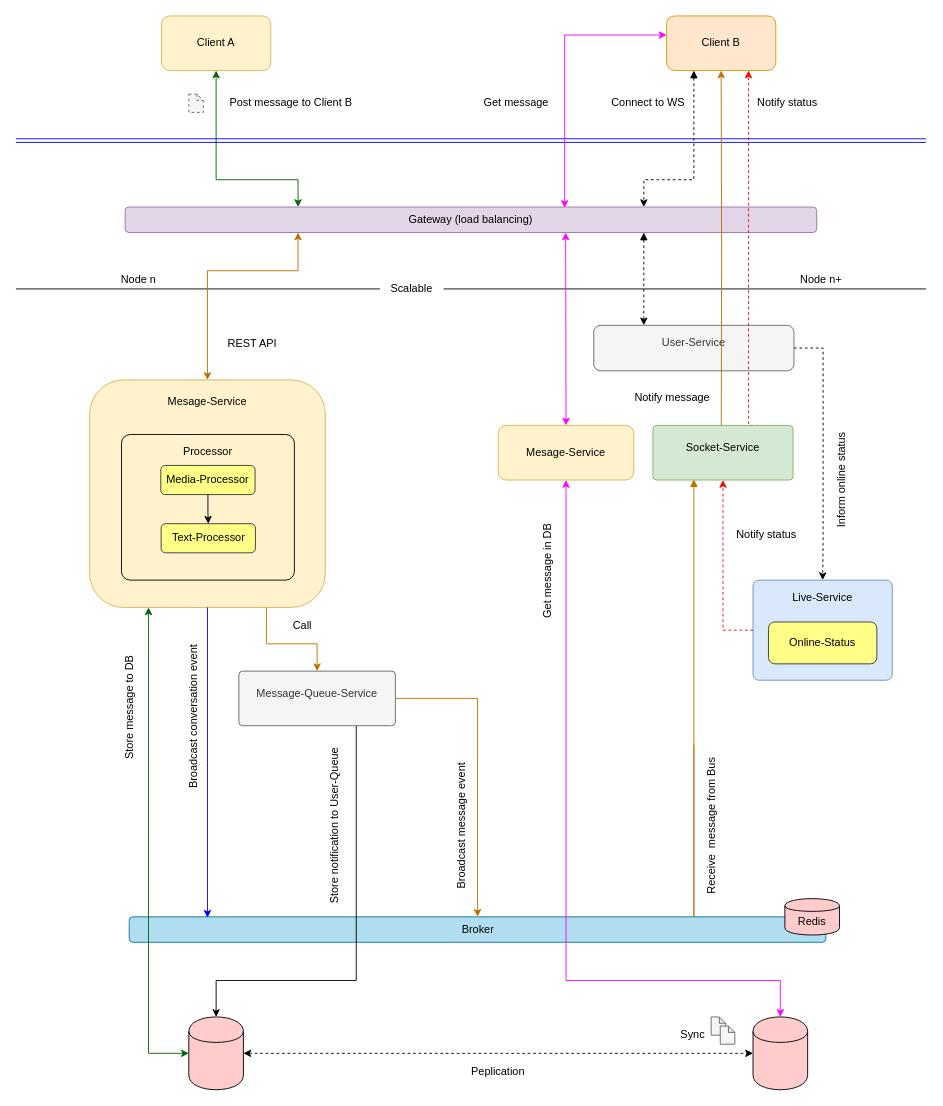
phamtuanit/myteam keeps this draw.io diagram as page "Data flow" (2 of 2) of design/Overall.drawio. Above is the earlier version. Source tidied: cells renumbered, new cells numbered last; positions are measured from the earlier drawing's top-left corner, leaving out a move shared by most shapes. Both pictures are drawn from the tidied source at 91%, with x=0, y=0 at pixel (15, 15).
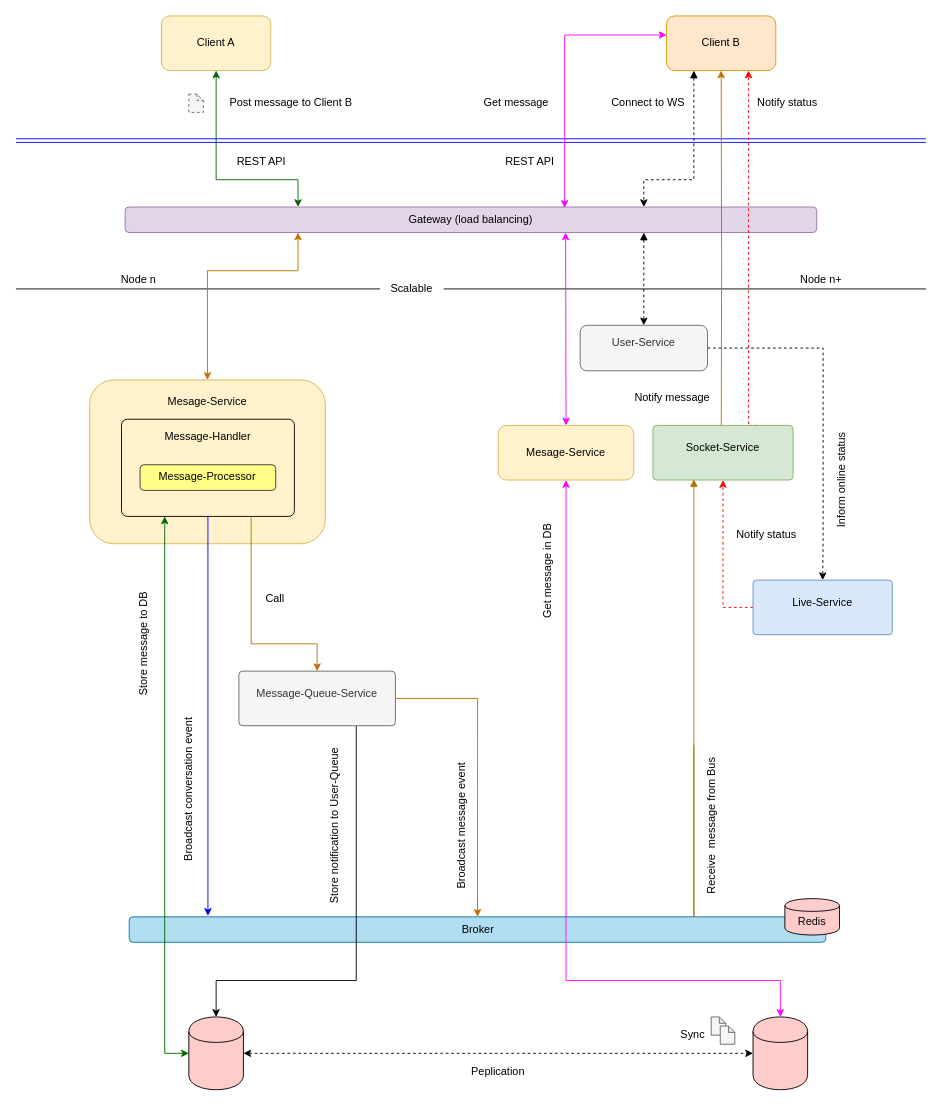
The same diagram, later.

The change refers to these unchanged cells:
```xml
<mxCell id="8" value="Gateway (load balancing)" style="rounded=1;whiteSpace=wrap;html=1;labelBackgroundColor=none;fillColor=#e1d5e7;align=center;strokeColor=#9673a6;" parent="1" vertex="1">
  <mxGeometry x="120" y="210" width="760" height="28" as="geometry" />
</mxCell>
<mxCell id="22" style="shape=cylinder;whiteSpace=wrap;html=1;boundedLbl=1;backgroundOutline=1;labelBackgroundColor=none;fillColor=#FFCCCC;align=center;" parent="1" vertex="1">
  <mxGeometry x="190" y="1100" width="60" height="80" as="geometry" />
</mxCell>
<mxCell id="46" value="Message-Queue-Service" style="rounded=1;whiteSpace=wrap;html=1;labelBackgroundColor=none;fillColor=#f5f5f5;align=center;verticalAlign=middle;spacingBottom=15;arcSize=7;spacingTop=5;strokeColor=#666666;fontColor=#333333;" parent="1" vertex="1">
  <mxGeometry x="245" y="720" width="172" height="60" as="geometry" />
</mxCell>
```

Change to the diagram source:
```diff
@@
-    <mxCell id="7" style="edgeStyle=orthogonalEdgeStyle;rounded=0;jettySize=auto;html=1;entryX=0.25;entryY=0;entryDx=0;entryDy=0;startArrow=block;startFill=1;exitX=0.75;exitY=1;exitDx=0;exitDy=0;dashed=1;" parent="1" edge="1" source="8" target="12">
+    <mxCell id="7" style="edgeStyle=orthogonalEdgeStyle;rounded=0;jettySize=auto;html=1;entryX=0.5;entryY=0;entryDx=0;entryDy=0;startArrow=block;startFill=1;exitX=0.75;exitY=1;exitDx=0;exitDy=0;dashed=1;" parent="1" edge="1" source="8" target="12">
       <mxGeometry relative="1" as="geometry" />
     </mxCell>
@@
     <mxCell id="12" value="User-Service" style="rounded=1;whiteSpace=wrap;html=1;labelBackgroundColor=none;fillColor=#f5f5f5;align=center;spacingTop=5;verticalAlign=top;strokeColor=#666666;fontColor=#333333;" parent="1" vertex="1">
-      <mxGeometry x="635" y="340" width="220" height="50" as="geometry" />
+      <mxGeometry x="620" y="340" width="140" height="50" as="geometry" />
     </mxCell>
@@
-    <mxCell id="20" style="edgeStyle=orthogonalEdgeStyle;rounded=0;jettySize=auto;html=1;startArrow=classic;startFill=1;exitX=0.25;exitY=1;exitDx=0;exitDy=0;entryX=0;entryY=0.5;entryDx=0;entryDy=0;strokeColor=#006600;" parent="1" edge="1" source="38" target="22">
-      <mxGeometry relative="1" as="geometry">
-        <Array as="points">
-          <mxPoint x="146" y="1140" />
-        </Array>
-      </mxGeometry>
-    </mxCell>
@@
     <mxCell id="25" value="REST API" style="text;html=1;strokeColor=none;fillColor=none;align=center;verticalAlign=middle;whiteSpace=wrap;rounded=0;labelBackgroundColor=none;" parent="1" vertex="1">
-      <mxGeometry x="230" y="350" width="60" height="20" as="geometry" />
+      <mxGeometry x="240" y="150" width="60" height="20" as="geometry" />
     </mxCell>
@@
     <mxCell id="33" value="Store message to DB" style="text;html=1;strokeColor=none;fillColor=none;align=center;verticalAlign=middle;whiteSpace=wrap;rounded=0;labelBackgroundColor=none;rotation=-90;" parent="1" vertex="1">
-      <mxGeometry x="60" y="750" width="130" height="20" as="geometry" />
+      <mxGeometry x="76" y="680" width="130" height="20" as="geometry" />
     </mxCell>
@@
     <mxCell id="36" value="Broadcast conversation event" style="text;html=1;strokeColor=none;fillColor=none;align=center;verticalAlign=middle;whiteSpace=wrap;rounded=0;labelBackgroundColor=none;rotation=-90;" parent="1" vertex="1">
-      <mxGeometry x="105" y="760" width="180" height="20" as="geometry" />
+      <mxGeometry x="100" y="840" width="180" height="20" as="geometry" />
     </mxCell>
-    <mxCell id="37" style="group;" parent="1" vertex="1">
-      <mxGeometry x="81" y="400" width="259" height="250" as="geometry" />
-    </mxCell>
-    <mxCell id="38" value="Mesage-Service" style="rounded=1;whiteSpace=wrap;html=1;labelBackgroundColor=none;fillColor=#fff2cc;align=center;strokeColor=#d6b656;verticalAlign=top;spacingTop=10;" parent="37" vertex="1">
-      <mxGeometry width="259" height="250" as="geometry" />
-    </mxCell>
-    <mxCell id="39" style="group;" parent="37" vertex="1">
-      <mxGeometry x="35" y="60" width="190" height="160" as="geometry" />
-    </mxCell>
-    <mxCell id="40" value="Processor" style="rounded=1;whiteSpace=wrap;html=1;labelBackgroundColor=none;fillColor=none;align=center;verticalAlign=top;spacingBottom=15;spacingLeft=0;spacingTop=5;arcSize=6;" parent="39" vertex="1">
-      <mxGeometry width="190" height="160" as="geometry" />
-    </mxCell>
-    <mxCell id="41" value="Media-Processor" style="rounded=1;whiteSpace=wrap;html=1;labelBackgroundColor=none;fillColor=#ffff88;align=center;strokeColor=#36393d;" parent="39" vertex="1">
-      <mxGeometry x="43.2" y="34" width="103.6" height="32" as="geometry" />
-    </mxCell>
-    <mxCell id="42" value="Text-Processor" style="rounded=1;whiteSpace=wrap;html=1;labelBackgroundColor=none;fillColor=#ffff88;align=center;strokeColor=#36393d;" parent="39" vertex="1">
-      <mxGeometry x="43.6" y="98" width="103.6" height="32" as="geometry" />
-    </mxCell>
-    <mxCell id="43" style="edgeStyle=orthogonalEdgeStyle;rounded=0;jettySize=auto;html=1;entryX=0.5;entryY=0;entryDx=0;entryDy=0;startArrow=none;startFill=0;" parent="39" edge="1" source="41" target="42">
-      <mxGeometry relative="1" as="geometry" />
-    </mxCell>
@@
-    <mxCell id="47" style="edgeStyle=orthogonalEdgeStyle;rounded=0;jettySize=auto;html=1;exitX=0.75;exitY=1;exitDx=0;exitDy=0;entryX=0.5;entryY=0;entryDx=0;entryDy=0;strokeColor=#BD7000;" parent="1" edge="1" source="38" target="46">
-      <mxGeometry relative="1" as="geometry">
-        <Array as="points">
-          <mxPoint x="275" y="690" />
-          <mxPoint x="331" y="690" />
-        </Array>
-      </mxGeometry>
-    </mxCell>
@@
-    <mxCell id="49" style="edgeStyle=orthogonalEdgeStyle;rounded=0;jettySize=auto;html=1;strokeColor=#0000FF;" parent="1" edge="1" source="38">
-      <mxGeometry relative="1" as="geometry">
-        <mxPoint x="210.5" y="991" as="targetPoint" />
-      </mxGeometry>
-    </mxCell>
@@
     <mxCell id="51" value="Call" style="text;html=1;strokeColor=none;fillColor=none;align=center;verticalAlign=middle;whiteSpace=wrap;rounded=0;labelBackgroundColor=none;rotation=0;" parent="1" vertex="1">
-      <mxGeometry x="290" y="660" width="50" height="20" as="geometry" />
+      <mxGeometry x="270" y="630" width="30" height="20" as="geometry" />
     </mxCell>
-    <mxCell id="52" style="group;" parent="1" vertex="1">
-      <mxGeometry x="810" y="620" width="153" height="110" as="geometry" />
-    </mxCell>
-    <mxCell id="53" value="Live-Service" style="rounded=1;whiteSpace=wrap;html=1;labelBackgroundColor=none;fillColor=#dae8fc;align=center;verticalAlign=top;spacingBottom=15;spacingLeft=0;spacingTop=5;arcSize=6;strokeColor=#6c8ebf;" parent="52" vertex="1">
-      <mxGeometry width="153" height="110" as="geometry" />
-    </mxCell>
-    <mxCell id="54" value="Online-Status" style="rounded=1;whiteSpace=wrap;html=1;labelBackgroundColor=none;fillColor=#ffff88;align=center;strokeColor=#36393d;" parent="52" vertex="1">
-      <mxGeometry x="17" y="46" width="119.1" height="46" as="geometry" />
-    </mxCell>
@@
+    <mxCell id="53" value="Live-Service" style="rounded=1;whiteSpace=wrap;html=1;labelBackgroundColor=none;fillColor=#dae8fc;align=center;verticalAlign=middle;spacingBottom=15;spacingLeft=0;spacingTop=5;arcSize=6;strokeColor=#6c8ebf;" parent="1" vertex="1">
+      <mxGeometry x="810" y="620" width="153" height="60" as="geometry" />
+    </mxCell>
+    <mxCell id="38" value="Mesage-Service" style="rounded=1;whiteSpace=wrap;html=1;labelBackgroundColor=none;fillColor=#fff2cc;align=center;strokeColor=#d6b656;verticalAlign=top;spacingTop=10;" parent="1" vertex="1">
+      <mxGeometry x="81" y="400" width="259" height="180" as="geometry" />
+    </mxCell>
+    <mxCell id="39" style="group;" parent="1" vertex="1">
+      <mxGeometry x="116" y="443.2" width="190" height="106.8" as="geometry" />
+    </mxCell>
+    <mxCell id="40" value="Message-Handler" style="rounded=1;whiteSpace=wrap;html=1;labelBackgroundColor=none;fillColor=none;align=center;verticalAlign=top;spacingBottom=15;spacingLeft=0;spacingTop=5;arcSize=6;" parent="39" vertex="1">
+      <mxGeometry width="190" height="106.8" as="geometry" />
+    </mxCell>
+    <mxCell id="42" value="Message-Processor" style="rounded=1;whiteSpace=wrap;html=1;labelBackgroundColor=none;fillColor=#ffff88;align=center;strokeColor=#36393d;" parent="39" vertex="1">
+      <mxGeometry x="20.4" y="50" width="149.1" height="28.2" as="geometry" />
+    </mxCell>
+    <mxCell id="20" style="edgeStyle=orthogonalEdgeStyle;rounded=0;jettySize=auto;html=1;startArrow=classic;startFill=1;entryX=0;entryY=0.5;entryDx=0;entryDy=0;strokeColor=#006600;exitX=0.25;exitY=1;exitDx=0;exitDy=0;" parent="1" edge="1" source="40" target="22">
+      <mxGeometry relative="1" as="geometry">
+        <Array as="points">
+          <mxPoint x="164" y="1140" />
+        </Array>
+      </mxGeometry>
+    </mxCell>
+    <mxCell id="47" style="edgeStyle=orthogonalEdgeStyle;rounded=0;jettySize=auto;html=1;exitX=0.75;exitY=1;exitDx=0;exitDy=0;entryX=0.5;entryY=0;entryDx=0;entryDy=0;strokeColor=#BD7000;" parent="1" edge="1" source="40" target="46">
+      <mxGeometry relative="1" as="geometry">
+        <Array as="points">
+          <mxPoint x="259" y="690" />
+          <mxPoint x="331" y="690" />
+        </Array>
+      </mxGeometry>
+    </mxCell>
+    <mxCell id="49" style="edgeStyle=orthogonalEdgeStyle;rounded=0;jettySize=auto;html=1;strokeColor=#0000FF;exitX=0.5;exitY=1;exitDx=0;exitDy=0;" parent="1" edge="1" source="40">
+      <mxGeometry relative="1" as="geometry">
+        <mxPoint x="211" y="989" as="targetPoint" />
+      </mxGeometry>
+    </mxCell>
+    <mxCell id="67" value="REST API" style="text;html=1;strokeColor=none;fillColor=none;align=center;verticalAlign=middle;whiteSpace=wrap;rounded=0;labelBackgroundColor=none;" parent="1" vertex="1">
+      <mxGeometry x="535" y="150" width="60" height="20" as="geometry" />
+    </mxCell>
```
